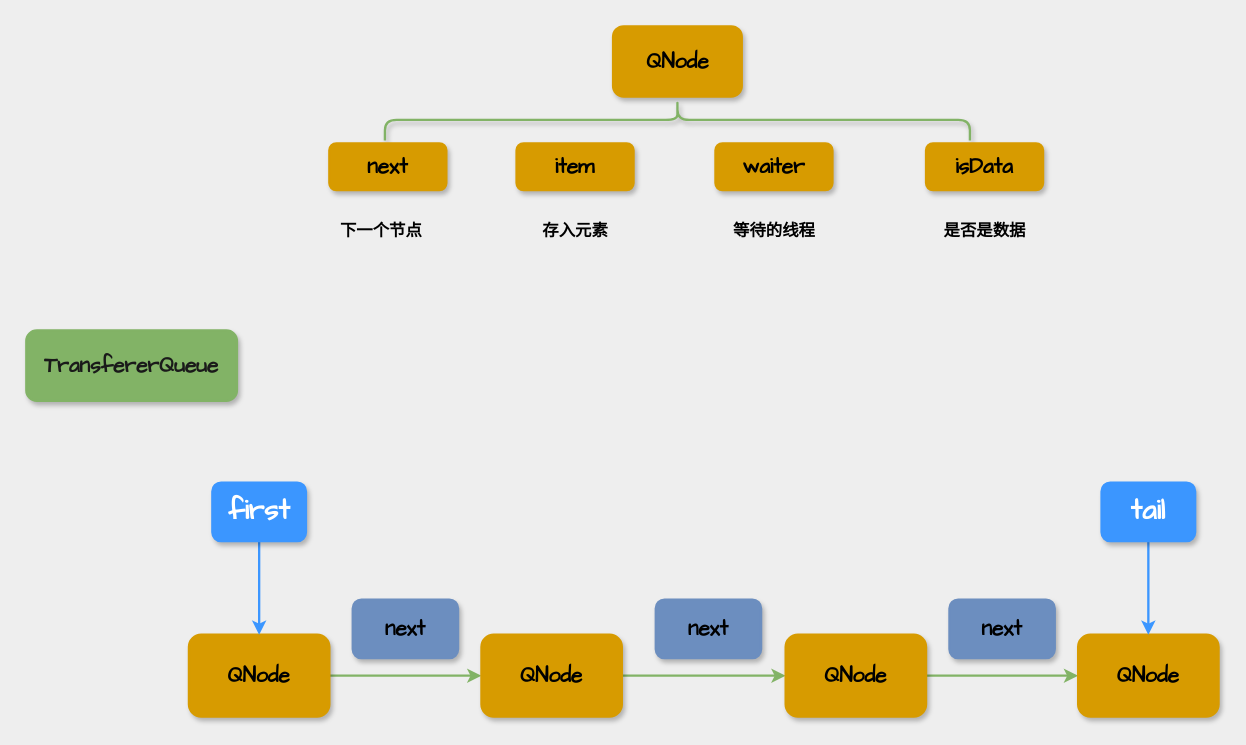
The draw.io diagram page "TransfererQueue" (3 of 9) of thread/SynchronousQueue.drawio in mydlxy/draw, before the edit. Source tidied: cells renumbered, new cells numbered last; positions are measured from the earlier drawing's top-left corner, leaving out a move shared by most shapes. Both pictures are drawn from the tidied source at 117%, with x=0, y=0 at pixel (26, -173).
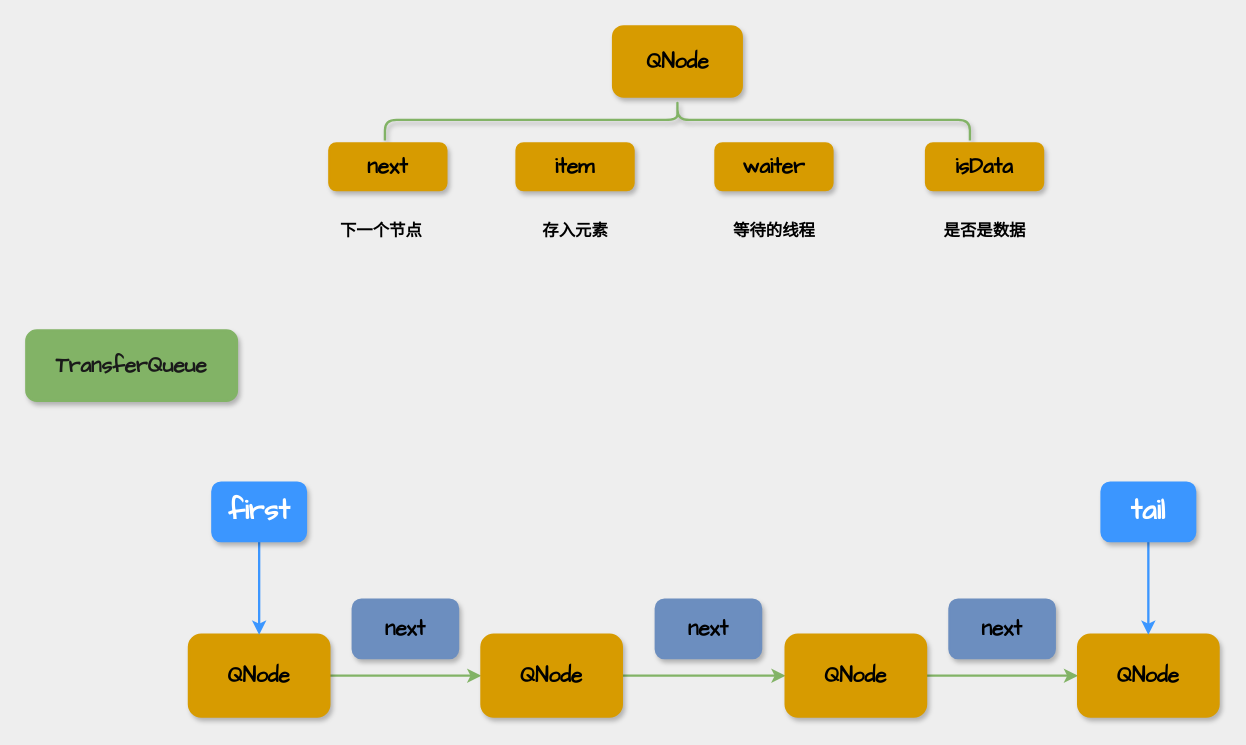
After the change.

Diff of the diagram source:
```diff
@@
-    <mxCell id="2" value="&lt;b&gt;TransfererQueue&lt;/b&gt;" style="rounded=1;whiteSpace=wrap;html=1;shadow=1;strokeColor=#82B366;strokeWidth=2;fontFamily=Comic Sans MS;fontSize=18;fontColor=#1A1A1A;fillColor=#82B366;" parent="1" vertex="1">
+    <mxCell id="2" value="&lt;b&gt;TransferQueue&lt;/b&gt;" style="rounded=1;whiteSpace=wrap;html=1;shadow=1;strokeColor=#82B366;strokeWidth=2;fontFamily=Comic Sans MS;fontSize=18;fontColor=#1A1A1A;fillColor=#82B366;" parent="1" vertex="1">
       <mxGeometry y="430" width="180" height="60" as="geometry" />
     </mxCell>
```
